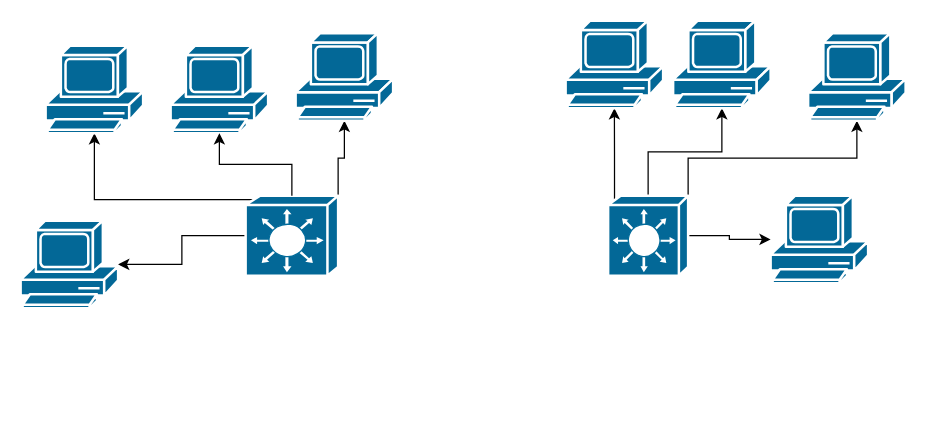
Above: week4-task3-lana.drawio in KiplangatSang/networking (draw.io), before the change. Source tidied: cells renumbered, new cells numbered last; positions are measured from the earlier drawing's top-left corner, leaving out a move shared by most shapes. Both pictures are drawn from the tidied source at 125%, with x=0, y=0 at pixel (20, 20).
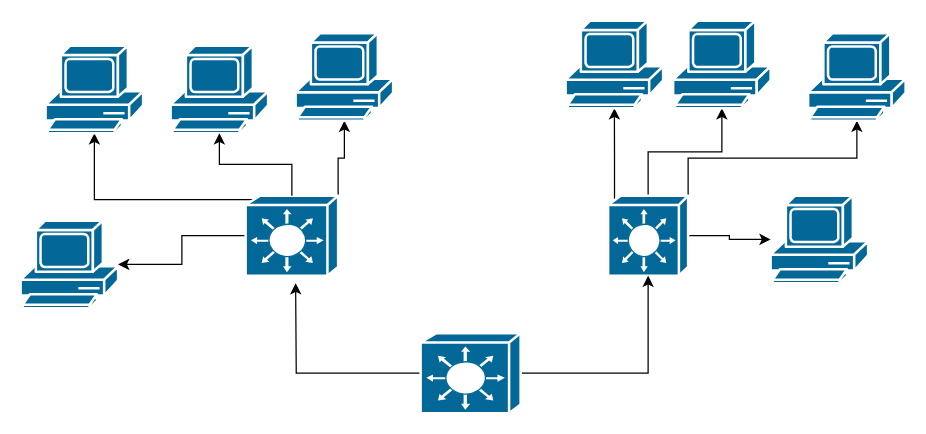
After the change.

Unchanged cells that the change refers to:
```xml
<mxCell id="10" style="shape=mxgraph.cisco.switches.layer_3_switch;sketch=0;html=1;dashed=0;fillColor=#036897;strokeColor=#ffffff;strokeWidth=2;verticalLabelPosition=bottom;verticalAlign=top;align=center;outlineConnect=0;" parent="1" vertex="1">
  <mxGeometry x="470" y="140" width="64" height="64" as="geometry" />
</mxCell>
```

Diff of the diagram source:
```diff
@@
+    <mxCell id="20" style="edgeStyle=orthogonalEdgeStyle;rounded=0;jettySize=auto;html=1;" parent="1" edge="1" source="22" target="10">
+      <mxGeometry relative="1" as="geometry" />
+    </mxCell>
+    <mxCell id="21" style="edgeStyle=orthogonalEdgeStyle;rounded=0;jettySize=auto;html=1;" parent="1" edge="1" source="22">
+      <mxGeometry relative="1" as="geometry">
+        <mxPoint x="220" y="210" as="targetPoint" />
+      </mxGeometry>
+    </mxCell>
+    <mxCell id="22" style="shape=mxgraph.cisco.switches.layer_3_switch;sketch=0;html=1;dashed=0;fillColor=#036897;strokeColor=#ffffff;strokeWidth=2;verticalLabelPosition=bottom;verticalAlign=top;align=center;outlineConnect=0;" parent="1" vertex="1">
+      <mxGeometry x="320" y="250" width="80" height="64" as="geometry" />
+    </mxCell>
```
